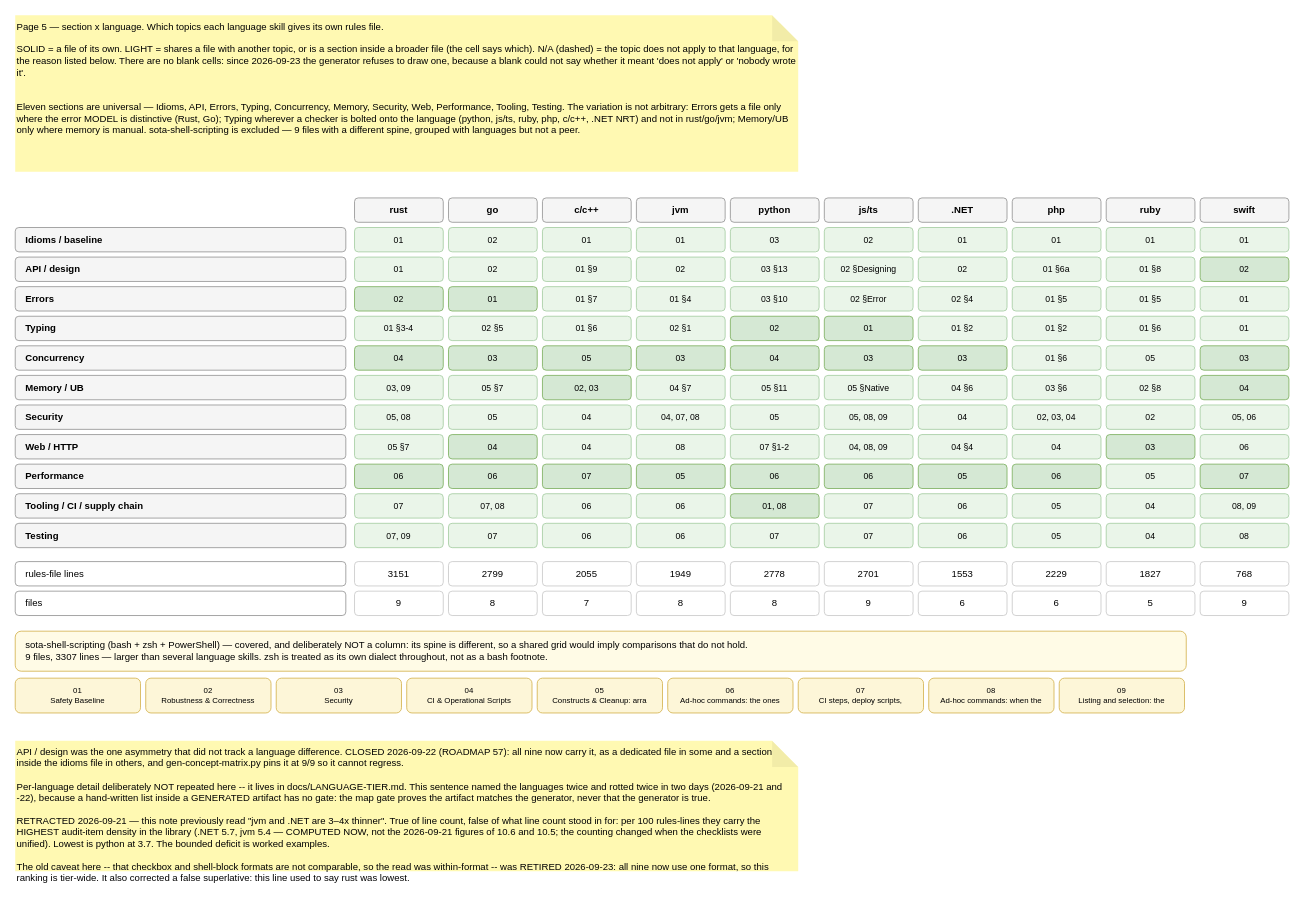
Before: page "5 · Section x language" (5 of 8) of docs/skill-map.drawio in martinholovsky/SOTA-skills, a draw.io diagram. Source tidied: cells renumbered, new cells numbered last; positions are measured from the earlier drawing's top-left corner, leaving out a move shared by most shapes. Both pictures are drawn from the tidied source at 87%, with x=0, y=0 at pixel (15, 15).
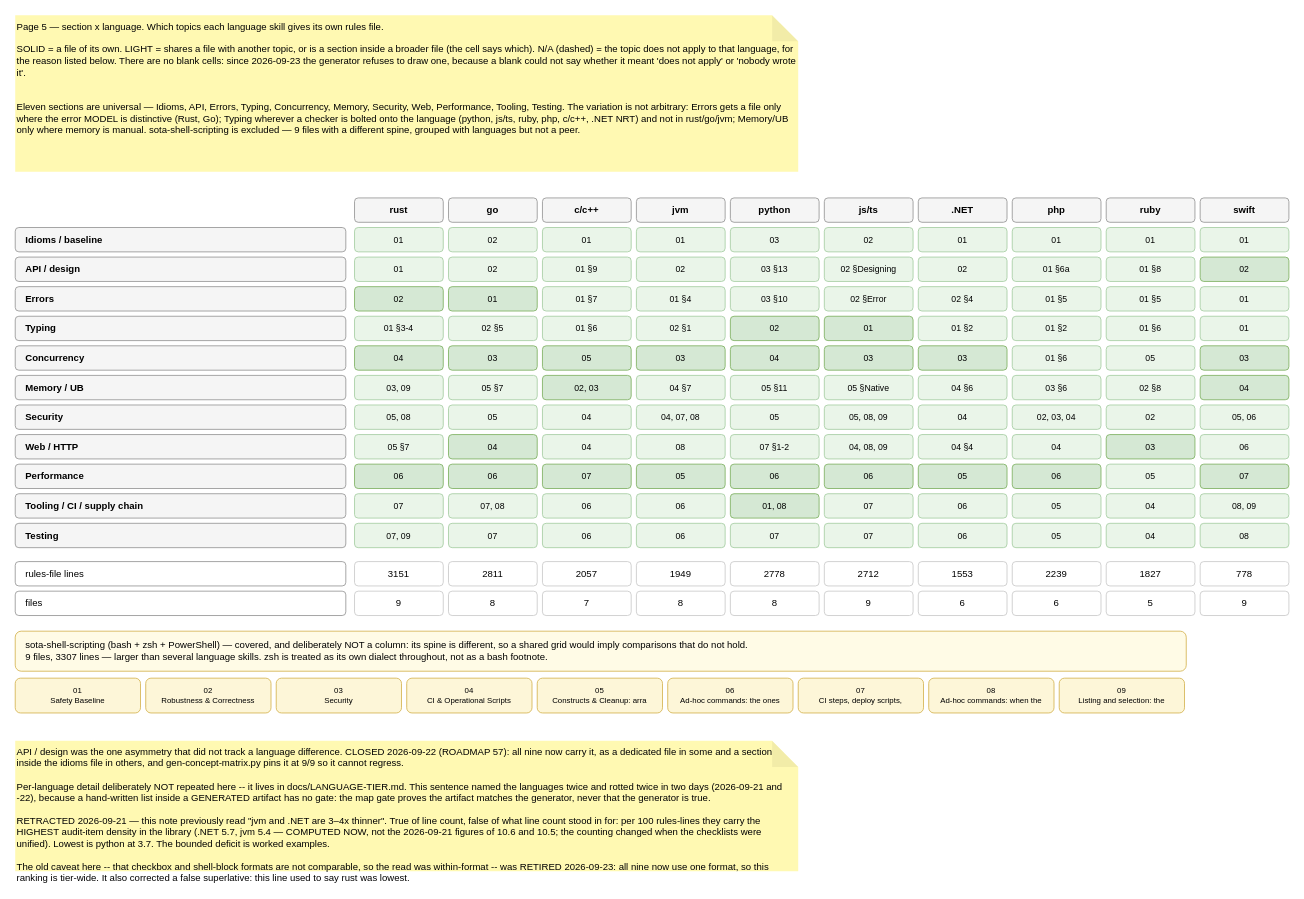
Above is the later version.

The edit, as a diff of the source:
```diff
@@
-    <mxCell id="136" value="2799" style="rounded=1;whiteSpace=wrap;html=1;fontSize=11;fillColor=#ffffff;strokeColor=#cccccc;fontSize=11;" parent="1" vertex="1">
+    <mxCell id="136" value="2811" style="rounded=1;whiteSpace=wrap;html=1;fontSize=11;fillColor=#ffffff;strokeColor=#cccccc;fontSize=11;" parent="1" vertex="1">
       <mxGeometry x="498" y="628" width="102" height="28" as="geometry" />
     </mxCell>
-    <mxCell id="137" value="2055" style="rounded=1;whiteSpace=wrap;html=1;fontSize=11;fillColor=#ffffff;strokeColor=#cccccc;fontSize=11;" parent="1" vertex="1">
+    <mxCell id="137" value="2057" style="rounded=1;whiteSpace=wrap;html=1;fontSize=11;fillColor=#ffffff;strokeColor=#cccccc;fontSize=11;" parent="1" vertex="1">
       <mxGeometry x="606" y="628" width="102" height="28" as="geometry" />
     </mxCell>
@@
-    <mxCell id="140" value="2701" style="rounded=1;whiteSpace=wrap;html=1;fontSize=11;fillColor=#ffffff;strokeColor=#cccccc;fontSize=11;" parent="1" vertex="1">
+    <mxCell id="140" value="2712" style="rounded=1;whiteSpace=wrap;html=1;fontSize=11;fillColor=#ffffff;strokeColor=#cccccc;fontSize=11;" parent="1" vertex="1">
       <mxGeometry x="930" y="628" width="102" height="28" as="geometry" />
     </mxCell>
@@
-    <mxCell id="142" value="2229" style="rounded=1;whiteSpace=wrap;html=1;fontSize=11;fillColor=#ffffff;strokeColor=#cccccc;fontSize=11;" parent="1" vertex="1">
+    <mxCell id="142" value="2239" style="rounded=1;whiteSpace=wrap;html=1;fontSize=11;fillColor=#ffffff;strokeColor=#cccccc;fontSize=11;" parent="1" vertex="1">
       <mxGeometry x="1146" y="628" width="102" height="28" as="geometry" />
     </mxCell>
@@
-    <mxCell id="144" value="768" style="rounded=1;whiteSpace=wrap;html=1;fontSize=11;fillColor=#ffffff;strokeColor=#cccccc;fontSize=11;" parent="1" vertex="1">
+    <mxCell id="144" value="778" style="rounded=1;whiteSpace=wrap;html=1;fontSize=11;fillColor=#ffffff;strokeColor=#cccccc;fontSize=11;" parent="1" vertex="1">
       <mxGeometry x="1362" y="628" width="102" height="28" as="geometry" />
     </mxCell>
```
